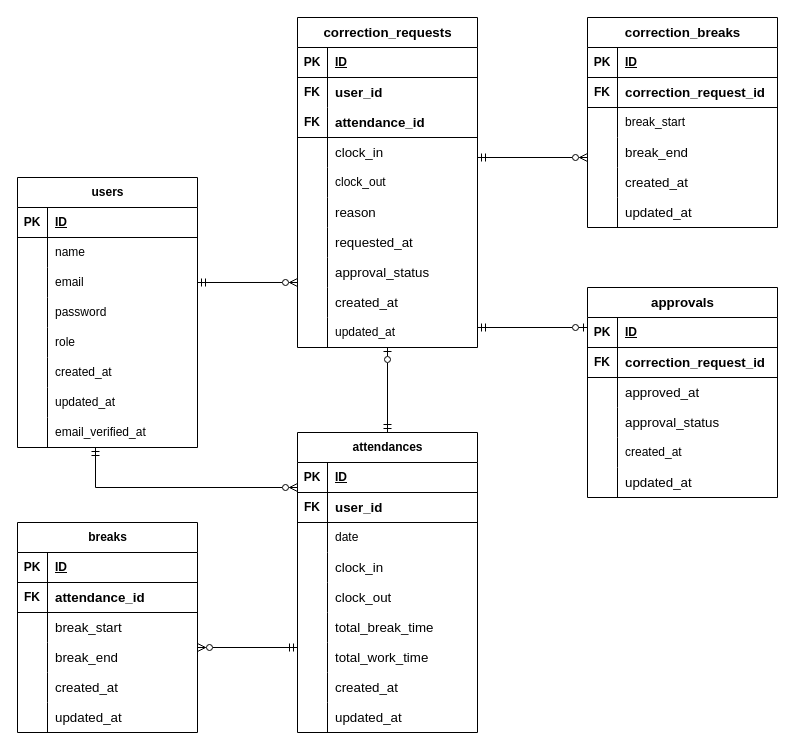
Above: attendance.dio in ri0921/attendance (draw.io), before the change. Source tidied: cells renumbered, new cells numbered last; positions are measured from the earlier drawing's top-left corner, leaving out a move shared by most shapes. Both pictures are drawn from the tidied source at 100%, with x=0, y=0 at pixel (17, 17).
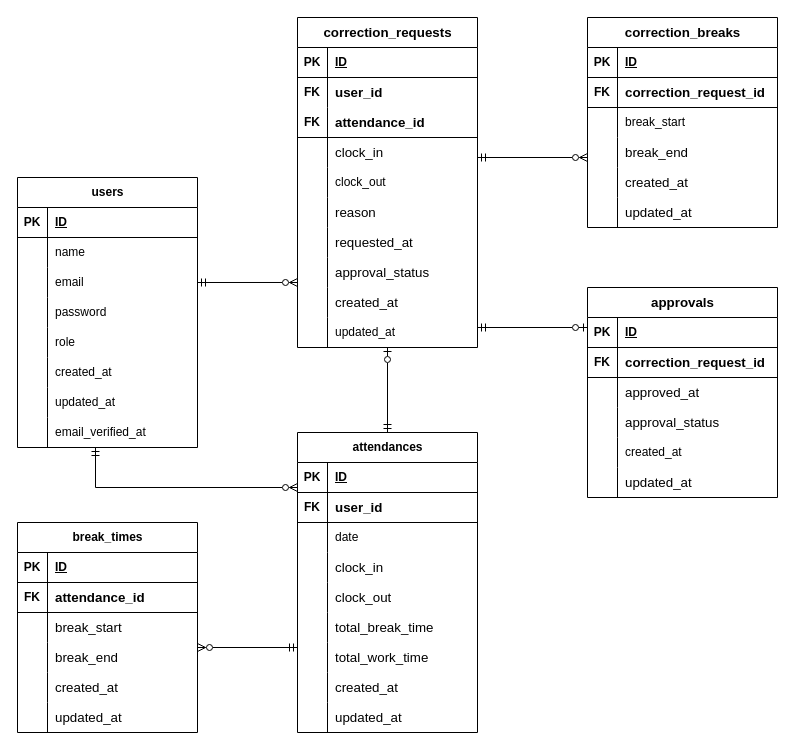
The same diagram, later.

Diff of the diagram source:
```diff
@@
-    <mxCell id="55" value="breaks" style="shape=table;startSize=30;childLayout=tableLayout;rowLines=0;fontStyle=1;align=center;html=1;" parent="1" vertex="1">
+    <mxCell id="55" value="break_times" style="shape=table;startSize=30;childLayout=tableLayout;rowLines=0;fontStyle=1;align=center;html=1;" parent="1" vertex="1">
       <mxGeometry y="505" width="180" height="210" as="geometry" />
     </mxCell>
```
